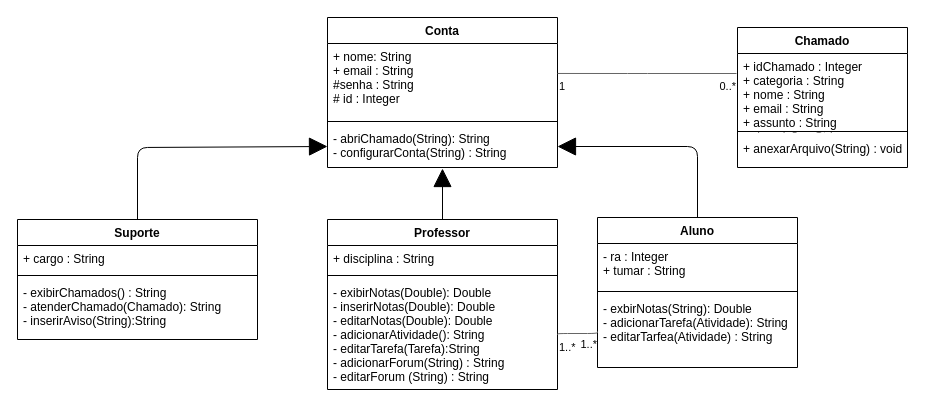
Before: 2020_2 Analise de Sistema/Aulas/2020_11_11 Diagrama de Clase (continuação)/Diagram de classe.drawio in marcelo-bonora/Bandtec---Disciplinas, a draw.io diagram. Source tidied: cells renumbered, new cells numbered last; positions are measured from the earlier drawing's top-left corner, leaving out a move shared by most shapes. Both pictures are drawn from the tidied source at 100%, with x=0, y=0 at pixel (17, 17).
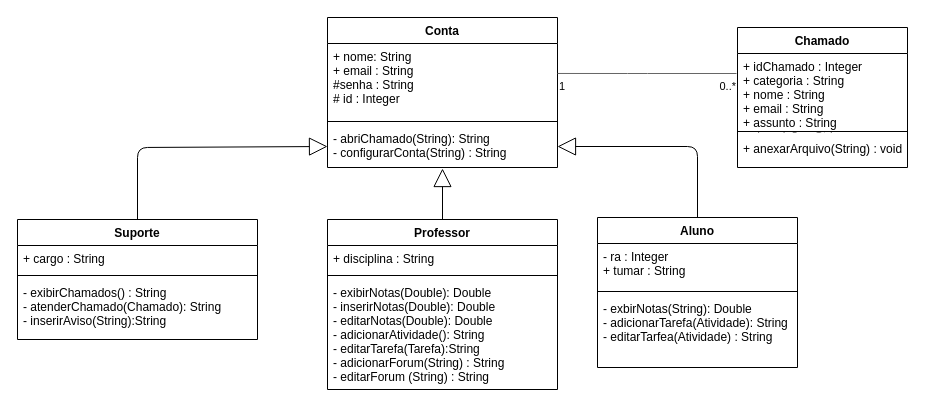
The same diagram, later.

Unchanged cells that the change refers to:
```xml
<mxCell id="5" value="- abriChamado(String): String&#10;- configurarConta(String) : String&#10;" style="text;strokeColor=none;fillColor=none;align=left;verticalAlign=top;spacingLeft=4;spacingRight=4;overflow=hidden;points=[[0,0.5],[1,0.5]];portConstraint=eastwest;" parent="2" vertex="1">
  <mxGeometry y="108" width="230" height="42" as="geometry" />
</mxCell>
<mxCell id="6" value="Suporte" style="swimlane;fontStyle=1;align=center;verticalAlign=top;horizontal=1;startSize=26;" parent="1" vertex="1">
  <mxGeometry y="202" width="240" height="120" as="geometry" />
</mxCell>
<mxCell id="10" value="Professor" style="swimlane;fontStyle=1;align=center;verticalAlign=top;horizontal=1;startSize=26;" parent="1" vertex="1">
  <mxGeometry x="310" y="202" width="230" height="170" as="geometry" />
</mxCell>
<mxCell id="13" value="- exibirNotas(Double): Double&#10;- inserirNotas(Double): Double&#10;- editarNotas(Double): Double&#10;- adicionarAtividade(): String&#10;- editarTarefa(Tarefa):String&#10;- adicionarForum(String) : String&#10;- editarForum (String) : String&#10;&#10;" style="text;strokeColor=none;fillColor=none;align=left;verticalAlign=top;spacingLeft=4;spacingRight=4;overflow=hidden;points=[[0,0.5],[1,0.5]];portConstraint=eastwest;" parent="10" vertex="1">
  <mxGeometry y="60" width="230" height="110" as="geometry" />
</mxCell>
<mxCell id="14" value="Aluno" style="swimlane;fontStyle=1;align=center;verticalAlign=top;horizontal=1;startSize=26;" parent="1" vertex="1">
  <mxGeometry x="580" y="200" width="200" height="150" as="geometry" />
</mxCell>
<mxCell id="17" value="- exbirNotas(String): Double&#10;- adicionarTarefa(Atividade): String&#10;- editarTarfea(Atividade) : String&#10;" style="text;strokeColor=none;fillColor=none;align=left;verticalAlign=top;spacingLeft=4;spacingRight=4;overflow=hidden;points=[[0,0.5],[1,0.5]];portConstraint=eastwest;" parent="14" vertex="1">
  <mxGeometry y="78" width="200" height="72" as="geometry" />
</mxCell>
```

The edit, as a diff of the source:
```diff
@@
-    <mxCell id="18" style="endArrow=block;endSize=16;endFill=1;html=1;entryX=0.5;entryY=1.024;entryDx=0;entryDy=0;entryPerimeter=0;exitX=0.5;exitY=0;exitDx=0;exitDy=0;" parent="1" edge="1" source="10" target="5">
+    <mxCell id="18" style="endArrow=block;endSize=16;endFill=0;html=1;entryX=0.5;entryY=1.024;entryDx=0;entryDy=0;entryPerimeter=0;exitX=0.5;exitY=0;exitDx=0;exitDy=0;" parent="1" edge="1" source="10" target="5">
       <mxGeometry relative="1" as="geometry" />
     </mxCell>
-    <mxCell id="19" style="endArrow=block;endSize=16;endFill=1;html=1;entryX=1;entryY=0.5;entryDx=0;entryDy=0;exitX=0.5;exitY=0;exitDx=0;exitDy=0;" parent="1" edge="1" source="14" target="5">
+    <mxCell id="19" style="endArrow=block;endSize=16;endFill=0;html=1;entryX=1;entryY=0.5;entryDx=0;entryDy=0;exitX=0.5;exitY=0;exitDx=0;exitDy=0;" parent="1" edge="1" source="14" target="5">
       <mxGeometry relative="1" as="geometry">
         <Array as="points">
           <mxPoint x="680" y="129" />
         </Array>
       </mxGeometry>
     </mxCell>
-    <mxCell id="20" style="endArrow=block;endSize=16;endFill=1;html=1;entryX=0;entryY=0.5;entryDx=0;entryDy=0;exitX=0.5;exitY=0;exitDx=0;exitDy=0;" parent="1" edge="1" source="6" target="5">
+    <mxCell id="20" style="endArrow=block;endSize=16;endFill=0;html=1;entryX=0;entryY=0.5;entryDx=0;entryDy=0;exitX=0.5;exitY=0;exitDx=0;exitDy=0;" parent="1" edge="1" source="6" target="5">
       <mxGeometry relative="1" as="geometry">
         <Array as="points">
           <mxPoint x="120" y="130" />
         </Array>
       </mxGeometry>
     </mxCell>
@@
-    <mxCell id="28" style="endArrow=none;html=1;endSize=12;startArrow=none;startSize=14;startFill=0;edgeStyle=orthogonalEdgeStyle;exitX=1;exitY=0.5;exitDx=0;exitDy=0;endFill=0;fillColor=#f5f5f5;strokeColor=#666666;entryX=0;entryY=0.5;entryDx=0;entryDy=0;" parent="1" edge="1" source="13" target="17">
-      <mxGeometry x="-0.11" y="7" relative="1" as="geometry">
-        <Array as="points">
-          <mxPoint x="540" y="316" />
-        </Array>
-      </mxGeometry>
-    </mxCell>
-    <mxCell id="29" value="1..*" style="edgeLabel;html=1;align=left;verticalAlign=top;" parent="28" vertex="1">
-      <mxGeometry x="-1" relative="1" as="geometry" />
-    </mxCell>
-    <mxCell id="30" value="1..*" style="edgeLabel;html=1;align=right;verticalAlign=top;" parent="28" vertex="1">
-      <mxGeometry x="1" relative="1" as="geometry" />
-    </mxCell>
```
